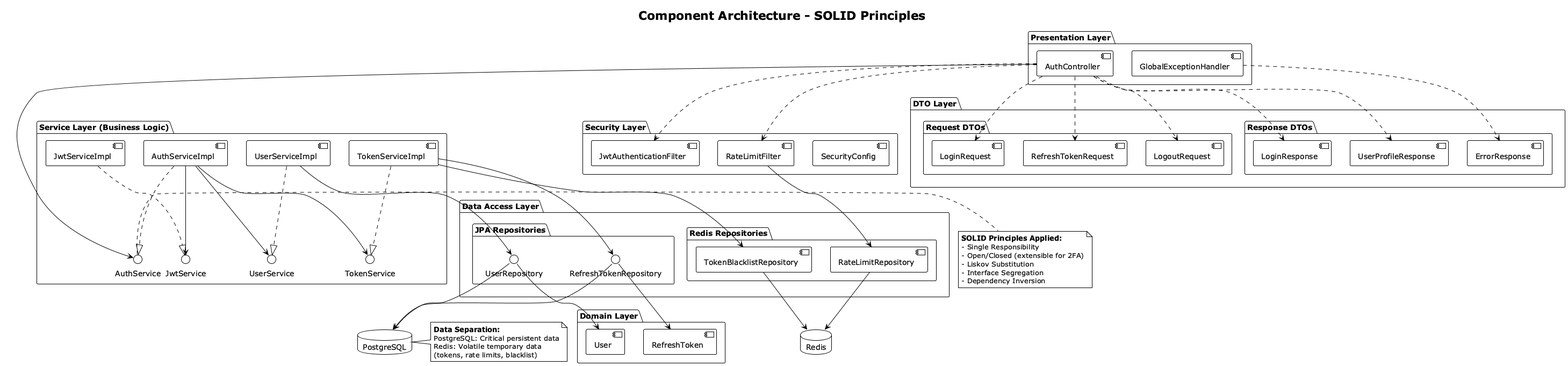
The PlantUML diagram docs/diagrams/Component_Architecture.png in kevinbayter/wom-auth-service-api, before a commit.
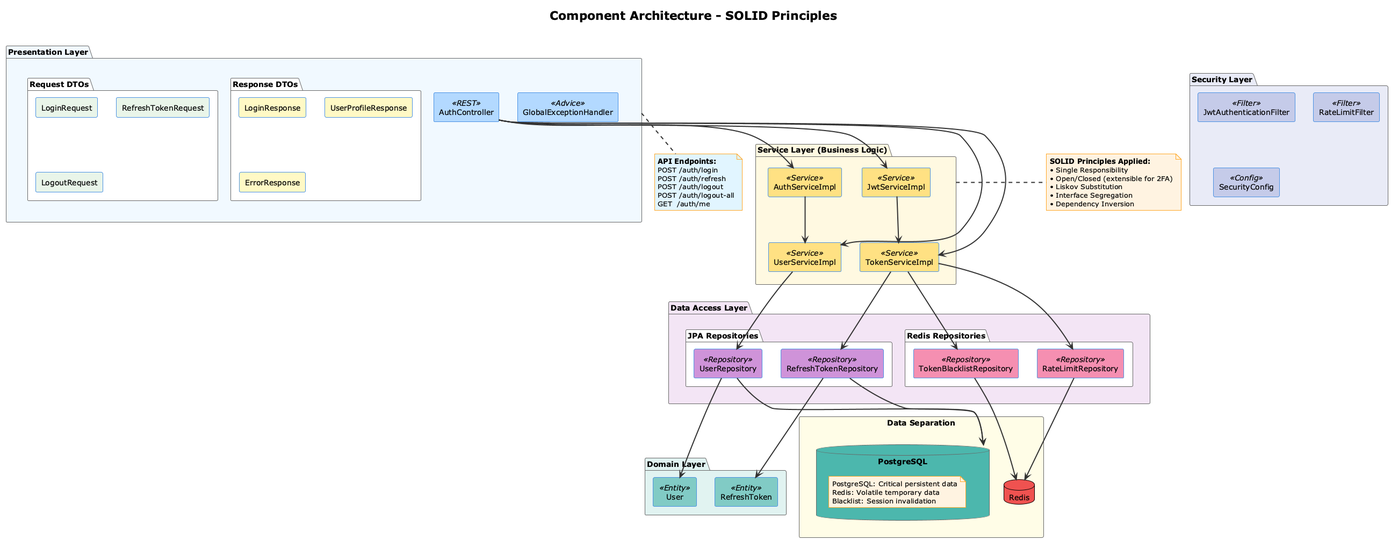
The same file after the commit.

Commit message:
docs: update diagrams with correct endpoints and reorganize README (#7)

The edit, as a diff of the source:
```diff
@@ -1,113 +1,121 @@
 @startuml Component_Architecture
 !theme plain
-title Component Architecture - SOLID Principles
 
-package "Presentation Layer" {
-    [AuthController] as Controller
-    [GlobalExceptionHandler] as ExHandler
+skinparam {
+  BackgroundColor white
+  componentStyle rectangle
+  ArrowColor #333333
+  ArrowThickness 2
+  packageBorderColor #666666
+  packageBackgroundColor #F5F5F5
+  componentBorderColor #4A90E2
+  componentBackgroundColor #E3F2FD
+  noteBorderColor #FFA726
+  noteBackgroundColor #FFF3E0
+  shadowing false
 }
 
-package "Security Layer" {
-    [JwtAuthenticationFilter] as JwtFilter
-    [RateLimitFilter] as RateFilter
-    [SecurityConfig] as SecConfig
+title Component Architecture - SOLID Principles\n
+
+package "Presentation Layer" #F0F8FF {
+  component AuthController <<REST>> #B3D9FF
+  component GlobalExceptionHandler <<Advice>> #B3D9FF
+
+  together {
+    package "Request DTOs" #FFFFFF {
+      component LoginRequest #E8F5E9
+      component RefreshTokenRequest #E8F5E9
+      component LogoutRequest #E8F5E9
+    }
+
+    package "Response DTOs" #FFFFFF {
+      component LoginResponse #FFF9C4
+      component UserProfileResponse #FFF9C4
+      component ErrorResponse #FFF9C4
+    }
+  }
 }
 
-package "Service Layer (Business Logic)" {
-    interface "AuthService" as IAuthService
-    [AuthServiceImpl] as AuthService
-
-    interface "UserService" as IUserService
-    [UserServiceImpl] as UserService
-
-    interface "JwtService" as IJwtService
-    [JwtServiceImpl] as JwtService
-
-    interface "TokenService" as ITokenService
-    [TokenServiceImpl] as TokenService
+package "Service Layer (Business Logic)" #FFF8E1 {
+  component JwtServiceImpl <<Service>> #FFE082
+  component AuthServiceImpl <<Service>> #FFE082
+  component UserServiceImpl <<Service>> #FFE082
+  component TokenServiceImpl <<Service>> #FFE082
 }
 
-package "Data Access Layer" {
-    package "JPA Repositories" {
-        interface "UserRepository" as UserRepo
-        interface "RefreshTokenRepository" as TokenRepo
+package "Security Layer" #E8EAF6 {
+  component JwtAuthenticationFilter <<Filter>> #C5CAE9
+  component RateLimitFilter <<Filter>> #C5CAE9
+  component SecurityConfig <<Config>> #C5CAE9
+}
+
+package "Data Access Layer" #F3E5F5 {
+  together {
+    package "JPA Repositories" #FFFFFF {
+      component UserRepository <<Repository>> #CE93D8
+      component RefreshTokenRepository <<Repository>> #CE93D8
     }
 
-    package "Redis Repositories" {
-        [TokenBlacklistRepository] as BlacklistRepo
-        [RateLimitRepository] as RateLimitRepo
+    package "Redis Repositories" #FFFFFF {
+      component TokenBlacklistRepository <<Repository>> #F48FB1
+      component RateLimitRepository <<Repository>> #F48FB1
     }
+  }
 }
 
-package "Domain Layer" {
-    [User] as UserEntity
-    [RefreshToken] as TokenEntity
+package "Domain Layer" #E0F2F1 {
+  component User <<Entity>> #80CBC4
+  component RefreshToken <<Entity>> #80CBC4
 }
 
-package "DTO Layer" {
-    package "Request DTOs" {
-        [LoginRequest]
-        [RefreshTokenRequest]
-        [LogoutRequest]
-    }
-    package "Response DTOs" {
-        [LoginResponse]
-        [UserProfileResponse]
-        [ErrorResponse]
-    }
+rectangle "Data Separation" #FFFDE7 {
+  database PostgreSQL #4DB6AC {
+    note as DBNote
+      PostgreSQL: Critical persistent data
+      Redis: Volatile temporary data
+      Blacklist: Session invalidation
+    end note
+  }
+  database Redis #EF5350
 }
 
-database "PostgreSQL" as DB
-database "Redis" as Cache
-
-Controller ..> JwtFilter
-Controller ..> RateFilter
-
-Controller --> IAuthService
-ExHandler ..> ErrorResponse
-
-AuthService ..|> IAuthService
-AuthService --> IUserService
-AuthService --> IJwtService
-AuthService --> ITokenService
-
-UserService ..|> IUserService
-JwtService ..|> IJwtService
-TokenService ..|> ITokenService
-
-UserService --> UserRepo
-TokenService --> TokenRepo
-TokenService --> BlacklistRepo
-RateFilter --> RateLimitRepo
-
-UserRepo --> UserEntity
-TokenRepo --> TokenEntity
-
-UserRepo --> DB
-TokenRepo --> DB
-BlacklistRepo --> Cache
-RateLimitRepo --> Cache
-
-Controller ..> LoginRequest
-Controller ..> RefreshTokenRequest
-Controller ..> LogoutRequest
-Controller ..> LoginResponse
-Controller ..> UserProfileResponse
-
-note right of IAuthService
-    **SOLID Principles Applied:**
-    - Single Responsibility
-    - Open/Closed (extensible for 2FA)
-    - Liskov Substitution
-    - Interface Segregation
-    - Dependency Inversion
+note right of "Service Layer (Business Logic)" #FFF3E0
+  <b>SOLID Principles Applied:</b>
+  • Single Responsibility
+  • Open/Closed (extensible for 2FA)
+  • Liskov Substitution
+  • Interface Segregation
+  • Dependency Inversion
 end note
 
-note right of DB
-    **Data Separation:**
-    PostgreSQL: Critical persistent data
-    Redis: Volatile temporary data
-    (tokens, rate limits, blacklist)
+note bottom of "Presentation Layer" #E1F5FE
+  <b>API Endpoints:</b>
+  POST /auth/login
+  POST /auth/refresh
+  POST /auth/logout
+  POST /auth/logout-all
+  GET  /auth/me
 end note
 
+AuthController --> JwtServiceImpl
+AuthController --> AuthServiceImpl
+AuthController --> UserServiceImpl
+AuthController --> TokenServiceImpl
+
+AuthServiceImpl --> UserServiceImpl
+JwtServiceImpl --> TokenServiceImpl
+
+UserServiceImpl --> UserRepository
+TokenServiceImpl --> RefreshTokenRepository
+TokenServiceImpl --> TokenBlacklistRepository
+TokenServiceImpl --> RateLimitRepository
+
+UserRepository --> PostgreSQL
+RefreshTokenRepository --> PostgreSQL
+TokenBlacklistRepository --> Redis
+RateLimitRepository --> Redis
+
+UserRepository --> User
+RefreshTokenRepository --> RefreshToken
+
 @enduml
```
